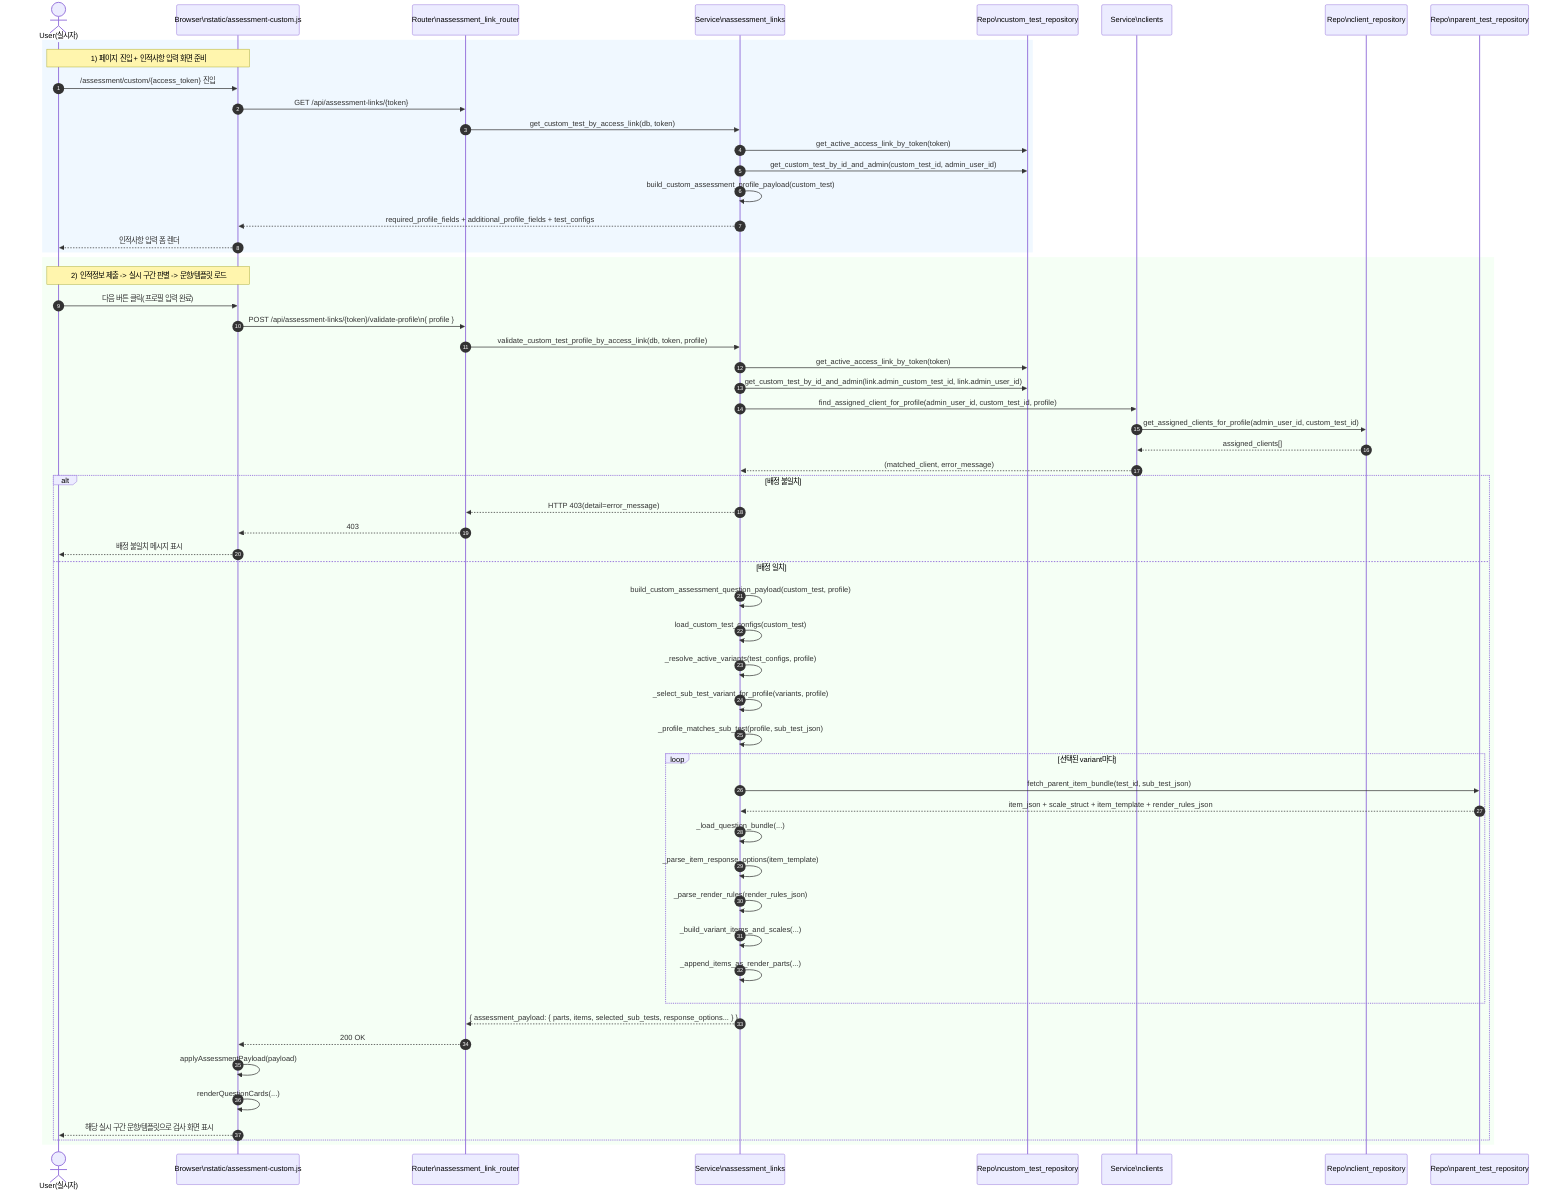
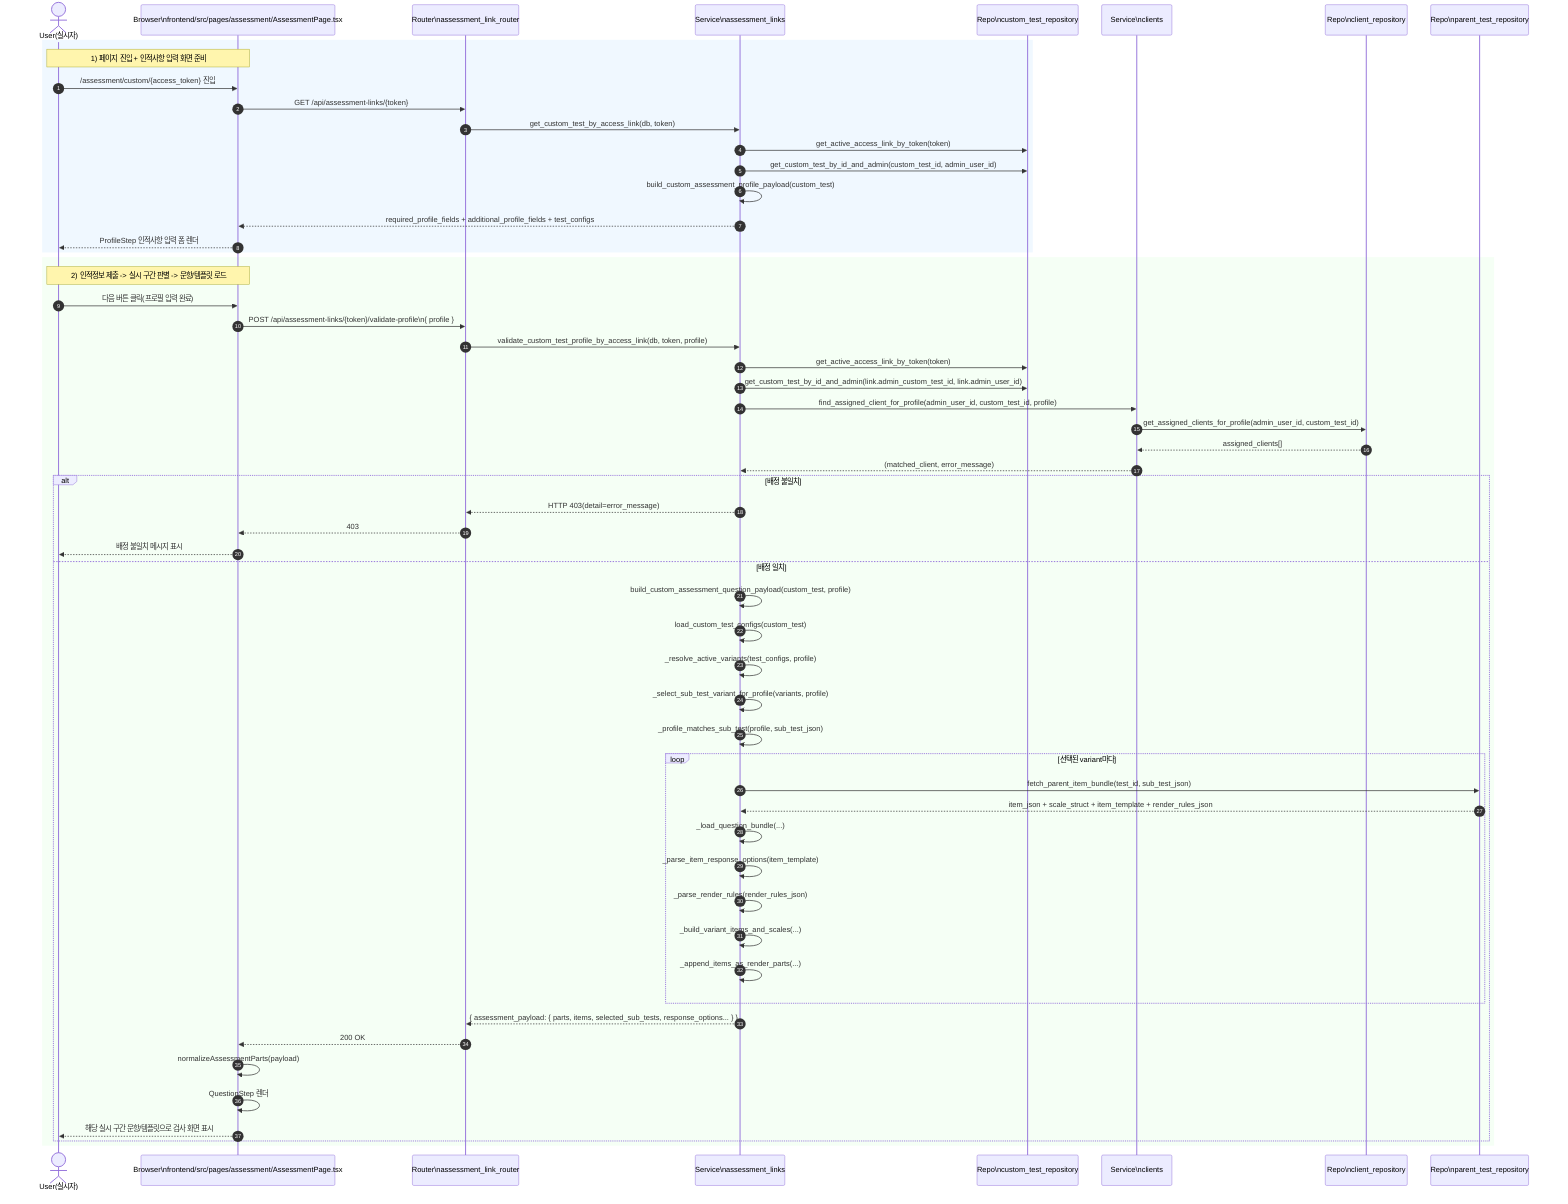
sequenceDiagram
    autonumber
    actor U as User(실시자)
-     participant B as Browser\nstatic/assessment-custom.js
+     participant B as Browser\nfrontend/src/pages/assessment/AssessmentPage.tsx
    participant R1 as Router\nassessment_link_router
    participant S1 as Service\nassessment_links
    participant CR as Repo\ncustom_test_repository
    participant CL as Service\nclients
    participant CLR as Repo\nclient_repository
    participant PR as Repo\nparent_test_repository

    rect rgb(240,248,255)
    Note over U,B: 1) 페이지 진입 + 인적사항 입력 화면 준비
    U->>B: /assessment/custom/{access_token} 진입
    B->>R1: GET /api/assessment-links/{token}
    R1->>S1: get_custom_test_by_access_link(db, token)
    S1->>CR: get_active_access_link_by_token(token)
    S1->>CR: get_custom_test_by_id_and_admin(custom_test_id, admin_user_id)
    S1->>S1: build_custom_assessment_profile_payload(custom_test)
    S1-->>B: required_profile_fields + additional_profile_fields + test_configs
-     B-->>U: 인적사항 입력 폼 렌더
+     B-->>U: ProfileStep 인적사항 입력 폼 렌더
    end

    rect rgb(245,255,245)
    Note over U,B: 2) 인적정보 제출 -> 실시 구간 판별 -> 문항/템플릿 로드
    U->>B: 다음 버튼 클릭(프로필 입력 완료)
    B->>R1: POST /api/assessment-links/{token}/validate-profile\n{ profile }
    R1->>S1: validate_custom_test_profile_by_access_link(db, token, profile)

    S1->>CR: get_active_access_link_by_token(token)
    S1->>CR: get_custom_test_by_id_and_admin(link.admin_custom_test_id, link.admin_user_id)

    S1->>CL: find_assigned_client_for_profile(admin_user_id, custom_test_id, profile)
    CL->>CLR: get_assigned_clients_for_profile(admin_user_id, custom_test_id)
    CLR-->>CL: assigned_clients[]
    CL-->>S1: (matched_client, error_message)

    alt 배정 불일치
        S1-->>R1: HTTP 403(detail=error_message)
        R1-->>B: 403
        B-->>U: 배정 불일치 메시지 표시
    else 배정 일치
        S1->>S1: build_custom_assessment_question_payload(custom_test, profile)
        S1->>S1: load_custom_test_configs(custom_test)
        S1->>S1: _resolve_active_variants(test_configs, profile)
        S1->>S1: _select_sub_test_variant_for_profile(variants, profile)
        S1->>S1: _profile_matches_sub_test(profile, sub_test_json)

        loop 선택된 variant마다
            S1->>PR: fetch_parent_item_bundle(test_id, sub_test_json)
            PR-->>S1: item_json + scale_struct + item_template + render_rules_json
            S1->>S1: _load_question_bundle(...)
            S1->>S1: _parse_item_response_options(item_template)
            S1->>S1: _parse_render_rules(render_rules_json)
            S1->>S1: _build_variant_items_and_scales(...)
            S1->>S1: _append_items_as_render_parts(...)
        end

        S1-->>R1: { assessment_payload: { parts, items, selected_sub_tests, response_options... } }
        R1-->>B: 200 OK
-         B->>B: applyAssessmentPayload(payload)
-         B->>B: renderQuestionCards(...)
+         B->>B: normalizeAssessmentParts(payload)
+         B->>B: QuestionStep 렌더
        B-->>U: 해당 실시 구간 문항/템플릿으로 검사 화면 표시
    end
    end
